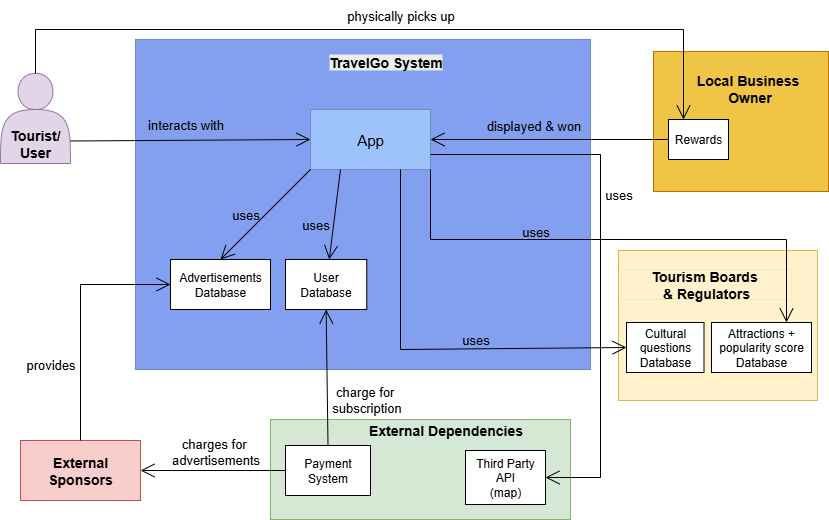
Earlier version of the draw.io export report/ContainerDiagram.png (riyagupta0701/TravelGo-Software-Architecture). Source tidied: cells renumbered, new cells last; positions are measured from the earlier drawing's top-left corner, leaving out a move shared by most shapes.
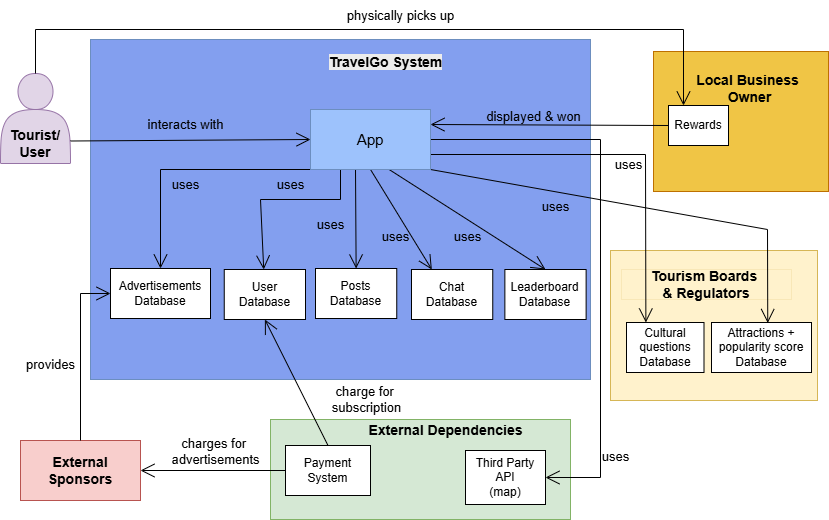
After the commit.

What changed in the source:
```diff
@@ -3,22 +3,19 @@
     <mxCell id="0" />
     <mxCell id="1" parent="0" />
     <mxCell id="2" style="whiteSpace=wrap;html=1;align=center;newEdgeStyle={&quot;edgeStyle&quot;:&quot;elbowEdgeStyle&quot;,&quot;startArrow&quot;:&quot;none&quot;,&quot;endArrow&quot;:&quot;none&quot;};fillColor=#fff2cc;strokeColor=#d6b656;" parent="1" vertex="1">
-      <mxGeometry x="618" y="250" width="199" height="150" as="geometry" />
+      <mxGeometry x="610" y="250" width="207" height="150" as="geometry" />
     </mxCell>
     <mxCell id="3" value="&lt;b&gt;&lt;font style=&quot;font-size: 14px;&quot;&gt;Tourism Boards&amp;nbsp;&lt;/font&gt;&lt;/b&gt;&lt;div&gt;&lt;b&gt;&lt;font style=&quot;font-size: 14px;&quot;&gt;&amp;amp; Regulators&lt;/font&gt;&lt;/b&gt;&lt;/div&gt;" style="html=1;whiteSpace=wrap;strokeWidth=0;fillColor=#fff2cc;strokeColor=#d6b656;" parent="1" vertex="1">
       <mxGeometry x="621" y="269" width="170" height="30" as="geometry" />
     </mxCell>
     <mxCell id="4" style="whiteSpace=wrap;html=1;align=center;newEdgeStyle={&quot;edgeStyle&quot;:&quot;elbowEdgeStyle&quot;,&quot;startArrow&quot;:&quot;none&quot;,&quot;endArrow&quot;:&quot;none&quot;};fillColor=#839FEF;strokeColor=#6c8ebf;" parent="1" vertex="1">
-      <mxGeometry x="135" y="39" width="455" height="330" as="geometry" />
+      <mxGeometry x="90" y="39" width="500" height="340" as="geometry" />
     </mxCell>
     <mxCell id="5" value="&#10;&lt;b style=&quot;forced-color-adjust: none; color: rgb(0, 0, 0); font-family: Helvetica; font-size: 14px; font-style: normal; font-variant-ligatures: normal; font-variant-caps: normal; letter-spacing: normal; orphans: 2; text-align: center; text-indent: 0px; text-transform: none; widows: 2; word-spacing: 0px; -webkit-text-stroke-width: 0px; white-space: nowrap; background-color: rgb(236, 236, 236); text-decoration-thickness: initial; text-decoration-style: initial; text-decoration-color: initial;&quot;&gt;TravelGo System&lt;/b&gt;&#10;&#10;" style="text;html=1;align=center;verticalAlign=middle;strokeColor=none;fillColor=none;" parent="1" vertex="1">
       <mxGeometry x="315" y="39" width="140" height="60" as="geometry" />
     </mxCell>
-    <mxCell id="6" value="&lt;font style=&quot;font-size: 15px;&quot;&gt;App&lt;/font&gt;" style="whiteSpace=wrap;html=1;align=center;newEdgeStyle={&quot;edgeStyle&quot;:&quot;elbowEdgeStyle&quot;,&quot;startArrow&quot;:&quot;none&quot;,&quot;endArrow&quot;:&quot;none&quot;};fillColor=#9DC2FC;strokeColor=#6c8ebf;" parent="1" vertex="1">
-      <mxGeometry x="310" y="109" width="120" height="60" as="geometry" />
-    </mxCell>
     <mxCell id="7" value="User Database" style="whiteSpace=wrap;html=1;align=center;newEdgeStyle={&quot;edgeStyle&quot;:&quot;elbowEdgeStyle&quot;,&quot;startArrow&quot;:&quot;none&quot;,&quot;endArrow&quot;:&quot;none&quot;};" parent="1" vertex="1">
-      <mxGeometry x="285" y="259" width="81.2" height="50" as="geometry" />
+      <mxGeometry x="223.8" y="269" width="81.2" height="50" as="geometry" />
     </mxCell>
     <mxCell id="8" value="Cultural questions Database" style="whiteSpace=wrap;html=1;align=center;newEdgeStyle={&quot;edgeStyle&quot;:&quot;elbowEdgeStyle&quot;,&quot;startArrow&quot;:&quot;none&quot;,&quot;endArrow&quot;:&quot;none&quot;};" parent="1" vertex="1">
       <mxGeometry x="626" y="322" width="77.5" height="50" as="geometry" />
@@ -36,7 +33,7 @@
       <mxGeometry x="135" y="109" width="100" height="30" as="geometry" />
     </mxCell>
     <mxCell id="13" value="&lt;font style=&quot;font-size: 13px;&quot;&gt;uses&lt;/font&gt;" style="text;html=1;align=center;verticalAlign=middle;strokeColor=none;fillColor=none;" parent="1" vertex="1">
-      <mxGeometry x="593" y="179" width="50" height="30" as="geometry" />
+      <mxGeometry x="603" y="149" width="50" height="30" as="geometry" />
     </mxCell>
     <mxCell id="14" style="whiteSpace=wrap;html=1;align=center;newEdgeStyle={&quot;edgeStyle&quot;:&quot;elbowEdgeStyle&quot;,&quot;startArrow&quot;:&quot;none&quot;,&quot;endArrow&quot;:&quot;none&quot;};fillColor=#F0C545;fontColor=#000000;strokeColor=#BD7000;" parent="1" vertex="1">
       <mxGeometry x="653" y="51" width="175" height="140" as="geometry" />
@@ -45,13 +42,13 @@
       <mxGeometry x="684.2" y="51" width="130" height="60" as="geometry" />
     </mxCell>
     <mxCell id="16" value="Rewards" style="whiteSpace=wrap;html=1;align=center;newEdgeStyle={&quot;edgeStyle&quot;:&quot;elbowEdgeStyle&quot;,&quot;startArrow&quot;:&quot;none&quot;,&quot;endArrow&quot;:&quot;none&quot;};" parent="1" vertex="1">
-      <mxGeometry x="668" y="119" width="60" height="40" as="geometry" />
+      <mxGeometry x="668" y="105" width="60" height="40" as="geometry" />
     </mxCell>
-    <mxCell id="17" style="endArrow=open;endFill=1;endSize=12;html=1;rounded=0;exitX=0;exitY=0.5;exitDx=0;exitDy=0;entryX=1;entryY=0.5;entryDx=0;entryDy=0;" parent="1" edge="1" source="16" target="6">
+    <mxCell id="17" style="endArrow=open;endFill=1;endSize=12;html=1;rounded=0;exitX=0;exitY=0.5;exitDx=0;exitDy=0;entryX=1;entryY=0.25;entryDx=0;entryDy=0;" parent="1" edge="1" source="16" target="6">
       <mxGeometry relative="1" as="geometry" />
     </mxCell>
     <mxCell id="18" value="&lt;font style=&quot;font-size: 13px;&quot;&gt;displayed &amp;amp; won&lt;/font&gt;" style="text;html=1;align=center;verticalAlign=middle;strokeColor=none;fillColor=none;" parent="1" vertex="1">
-      <mxGeometry x="473" y="110" width="120" height="30" as="geometry" />
+      <mxGeometry x="473" y="101" width="120" height="30" as="geometry" />
     </mxCell>
     <mxCell id="19" style="html=1;whiteSpace=wrap;fillColor=#d5e8d4;strokeColor=#82b366;" parent="1" vertex="1">
       <mxGeometry x="270" y="419" width="300" height="100" as="geometry" />
@@ -71,16 +68,16 @@
     <mxCell id="24" value="Third Party API&lt;div&gt;(map)&lt;/div&gt;" style="html=1;whiteSpace=wrap;" parent="1" vertex="1">
       <mxGeometry x="465" y="450" width="80" height="54" as="geometry" />
     </mxCell>
-    <mxCell id="25" style="endArrow=open;endFill=1;endSize=12;html=1;rounded=0;exitX=1;exitY=0.75;exitDx=0;exitDy=0;entryX=1;entryY=0.5;entryDx=0;entryDy=0;" parent="1" edge="1" source="6" target="24">
+    <mxCell id="25" style="endArrow=open;endFill=1;endSize=12;html=1;rounded=0;exitX=1;exitY=0.5;exitDx=0;exitDy=0;entryX=1;entryY=0.5;entryDx=0;entryDy=0;" parent="1" edge="1" source="6" target="24">
       <mxGeometry relative="1" as="geometry">
         <Array as="points">
-          <mxPoint x="600" y="154" />
+          <mxPoint x="600" y="139" />
           <mxPoint x="600" y="477" />
         </Array>
       </mxGeometry>
     </mxCell>
     <mxCell id="26" value="&lt;font style=&quot;font-size: 13px;&quot;&gt;uses&lt;/font&gt;" style="text;html=1;align=center;verticalAlign=middle;strokeColor=none;fillColor=none;" parent="1" vertex="1">
-      <mxGeometry x="450" y="324" width="50" height="30" as="geometry" />
+      <mxGeometry x="305" y="209" width="50" height="30" as="geometry" />
     </mxCell>
     <mxCell id="27" style="endArrow=open;endFill=1;endSize=12;html=1;rounded=0;exitX=0.5;exitY=0;exitDx=0;exitDy=0;entryX=0.25;entryY=0;entryDx=0;entryDy=0;" parent="1" edge="1" source="10" target="16">
       <mxGeometry relative="1" as="geometry">
@@ -97,42 +94,44 @@
       <mxGeometry x="20" y="440" width="120" height="60" as="geometry" />
     </mxCell>
     <mxCell id="30" value="Advertisements&lt;div&gt;Database&lt;/div&gt;" style="whiteSpace=wrap;html=1;align=center;newEdgeStyle={&quot;edgeStyle&quot;:&quot;elbowEdgeStyle&quot;,&quot;startArrow&quot;:&quot;none&quot;,&quot;endArrow&quot;:&quot;none&quot;};" parent="1" vertex="1">
-      <mxGeometry x="170" y="259" width="100" height="50" as="geometry" />
+      <mxGeometry x="110" y="268" width="100" height="50" as="geometry" />
     </mxCell>
     <mxCell id="31" style="endArrow=open;endFill=1;endSize=12;html=1;rounded=0;exitX=0;exitY=1;exitDx=0;exitDy=0;entryX=0.5;entryY=0;entryDx=0;entryDy=0;" parent="1" edge="1" source="6" target="30">
-      <mxGeometry relative="1" as="geometry" />
+      <mxGeometry relative="1" as="geometry">
+        <Array as="points">
+          <mxPoint x="160" y="169" />
+        </Array>
+      </mxGeometry>
     </mxCell>
     <mxCell id="32" value="&lt;font style=&quot;font-size: 13px;&quot;&gt;uses&lt;/font&gt;" style="text;html=1;align=center;verticalAlign=middle;strokeColor=none;fillColor=none;" parent="1" vertex="1">
-      <mxGeometry x="290" y="209" width="50" height="30" as="geometry" />
+      <mxGeometry x="442.2" y="221" width="50" height="30" as="geometry" />
     </mxCell>
     <mxCell id="33" style="endArrow=open;endFill=1;endSize=12;html=1;rounded=0;exitX=0.25;exitY=1;exitDx=0;exitDy=0;" parent="1" edge="1" source="6" target="7">
-      <mxGeometry relative="1" as="geometry" />
+      <mxGeometry relative="1" as="geometry">
+        <Array as="points">
+          <mxPoint x="340" y="199" />
+          <mxPoint x="260" y="199" />
+        </Array>
+      </mxGeometry>
     </mxCell>
-    <mxCell id="34" style="endArrow=open;endFill=1;endSize=12;html=1;rounded=0;exitX=0.75;exitY=1;exitDx=0;exitDy=0;entryX=0;entryY=0.5;entryDx=0;entryDy=0;" parent="1" edge="1" source="6" target="8">
-      <mxGeometry relative="1" as="geometry">
-        <Array as="points">
-          <mxPoint x="400" y="349" />
-        </Array>
-      </mxGeometry>
-    </mxCell>
-    <mxCell id="35" style="endArrow=open;endFill=1;endSize=12;html=1;rounded=0;exitX=1;exitY=1;exitDx=0;exitDy=0;entryX=0.75;entryY=0;entryDx=0;entryDy=0;" parent="1" edge="1" source="6" target="9">
+    <mxCell id="35" style="endArrow=open;endFill=1;endSize=12;html=1;rounded=0;entryX=0.75;entryY=0;entryDx=0;entryDy=0;exitX=1;exitY=1;exitDx=0;exitDy=0;" parent="1" edge="1" source="6">
       <mxGeometry relative="1" as="geometry">
+        <mxPoint x="767.2" y="322.5" as="targetPoint" />
         <Array as="points">
-          <mxPoint x="430" y="239" />
-          <mxPoint x="786" y="239" />
+          <mxPoint x="767" y="229" />
         </Array>
       </mxGeometry>
     </mxCell>
     <mxCell id="36" value="&lt;font style=&quot;font-size: 13px;&quot;&gt;uses&lt;/font&gt;" style="text;html=1;align=center;verticalAlign=middle;strokeColor=none;fillColor=none;" parent="1" vertex="1">
-      <mxGeometry x="510" y="216" width="50" height="30" as="geometry" />
+      <mxGeometry x="370" y="221" width="50" height="30" as="geometry" />
     </mxCell>
     <mxCell id="37" value="&lt;font style=&quot;font-size: 13px;&quot;&gt;uses&lt;/font&gt;" style="text;html=1;align=center;verticalAlign=middle;strokeColor=none;fillColor=none;" parent="1" vertex="1">
-      <mxGeometry x="220" y="199" width="50" height="30" as="geometry" />
+      <mxGeometry x="265" y="169" width="50" height="30" as="geometry" />
     </mxCell>
     <mxCell id="38" style="endArrow=open;endFill=1;endSize=12;html=1;rounded=0;exitX=0.5;exitY=0;exitDx=0;exitDy=0;entryX=0;entryY=0.5;entryDx=0;entryDy=0;" parent="1" edge="1" source="29" target="30">
       <mxGeometry relative="1" as="geometry">
         <Array as="points">
-          <mxPoint x="80" y="284" />
+          <mxPoint x="80" y="293" />
         </Array>
       </mxGeometry>
     </mxCell>
@@ -145,5 +144,42 @@
     <mxCell id="41" style="endArrow=open;endFill=1;endSize=12;html=1;rounded=0;exitX=0;exitY=0.5;exitDx=0;exitDy=0;entryX=1;entryY=0.5;entryDx=0;entryDy=0;" parent="1" edge="1" source="21" target="29">
       <mxGeometry relative="1" as="geometry" />
     </mxCell>
+    <mxCell id="42" value="Chat Database" style="whiteSpace=wrap;html=1;align=center;newEdgeStyle={&quot;edgeStyle&quot;:&quot;elbowEdgeStyle&quot;,&quot;startArrow&quot;:&quot;none&quot;,&quot;endArrow&quot;:&quot;none&quot;};" parent="1" vertex="1">
+      <mxGeometry x="411" y="269" width="81.2" height="50" as="geometry" />
+    </mxCell>
+    <mxCell id="43" value="Leaderboard&lt;div&gt;Database&lt;/div&gt;" style="whiteSpace=wrap;html=1;align=center;newEdgeStyle={&quot;edgeStyle&quot;:&quot;elbowEdgeStyle&quot;,&quot;startArrow&quot;:&quot;none&quot;,&quot;endArrow&quot;:&quot;none&quot;};" parent="1" vertex="1">
+      <mxGeometry x="504.4" y="269" width="81.2" height="50" as="geometry" />
+    </mxCell>
+    <mxCell id="44" value="Posts&lt;div&gt;Database&lt;/div&gt;" style="whiteSpace=wrap;html=1;align=center;newEdgeStyle={&quot;edgeStyle&quot;:&quot;elbowEdgeStyle&quot;,&quot;startArrow&quot;:&quot;none&quot;,&quot;endArrow&quot;:&quot;none&quot;};" parent="1" vertex="1">
+      <mxGeometry x="315" y="268" width="81.2" height="50" as="geometry" />
+    </mxCell>
+    <mxCell id="45" style="endArrow=open;endFill=1;endSize=12;html=1;rounded=0;exitX=0.375;exitY=0.983;exitDx=0;exitDy=0;entryX=0.5;entryY=0;entryDx=0;entryDy=0;exitPerimeter=0;" parent="1" edge="1" source="6" target="44">
+      <mxGeometry relative="1" as="geometry" />
+    </mxCell>
+    <mxCell id="46" style="endArrow=open;endFill=1;endSize=12;html=1;rounded=0;exitX=0.5;exitY=1;exitDx=0;exitDy=0;entryX=0.25;entryY=0;entryDx=0;entryDy=0;" parent="1" edge="1" source="6" target="42">
+      <mxGeometry relative="1" as="geometry" />
+    </mxCell>
+    <mxCell id="47" style="endArrow=open;endFill=1;endSize=12;html=1;rounded=0;exitX=0.642;exitY=0.983;exitDx=0;exitDy=0;entryX=0.5;entryY=0;entryDx=0;entryDy=0;exitPerimeter=0;" parent="1" edge="1" source="6" target="43">
+      <mxGeometry relative="1" as="geometry" />
+    </mxCell>
+    <mxCell id="48" value="&lt;font style=&quot;font-size: 13px;&quot;&gt;uses&lt;/font&gt;" style="text;html=1;align=center;verticalAlign=middle;strokeColor=none;fillColor=none;" parent="1" vertex="1">
+      <mxGeometry x="590" y="441" width="50" height="30" as="geometry" />
+    </mxCell>
+    <mxCell id="49" value="&lt;font style=&quot;font-size: 13px;&quot;&gt;uses&lt;/font&gt;" style="text;html=1;align=center;verticalAlign=middle;strokeColor=none;fillColor=none;" parent="1" vertex="1">
+      <mxGeometry x="530" y="191" width="50" height="30" as="geometry" />
+    </mxCell>
+    <mxCell id="34" style="endArrow=open;endFill=1;endSize=12;html=1;rounded=0;exitX=1;exitY=0.75;exitDx=0;exitDy=0;entryX=0.25;entryY=0;entryDx=0;entryDy=0;" parent="1" edge="1" source="6" target="8">
+      <mxGeometry relative="1" as="geometry">
+        <Array as="points">
+          <mxPoint x="645" y="154" />
+        </Array>
+      </mxGeometry>
+    </mxCell>
+    <mxCell id="6" value="&lt;font style=&quot;font-size: 15px;&quot;&gt;App&lt;/font&gt;" style="whiteSpace=wrap;html=1;align=center;newEdgeStyle={&quot;edgeStyle&quot;:&quot;elbowEdgeStyle&quot;,&quot;startArrow&quot;:&quot;none&quot;,&quot;endArrow&quot;:&quot;none&quot;};fillColor=#9DC2FC;strokeColor=#6c8ebf;" parent="1" vertex="1">
+      <mxGeometry x="310" y="109" width="120" height="60" as="geometry" />
+    </mxCell>
+    <mxCell id="50" value="&lt;font style=&quot;font-size: 13px;&quot;&gt;uses&lt;/font&gt;" style="text;html=1;align=center;verticalAlign=middle;strokeColor=none;fillColor=none;" parent="1" vertex="1">
+      <mxGeometry x="160" y="169" width="50" height="30" as="geometry" />
+    </mxCell>
   </root>
 </mxGraphModel>
```
